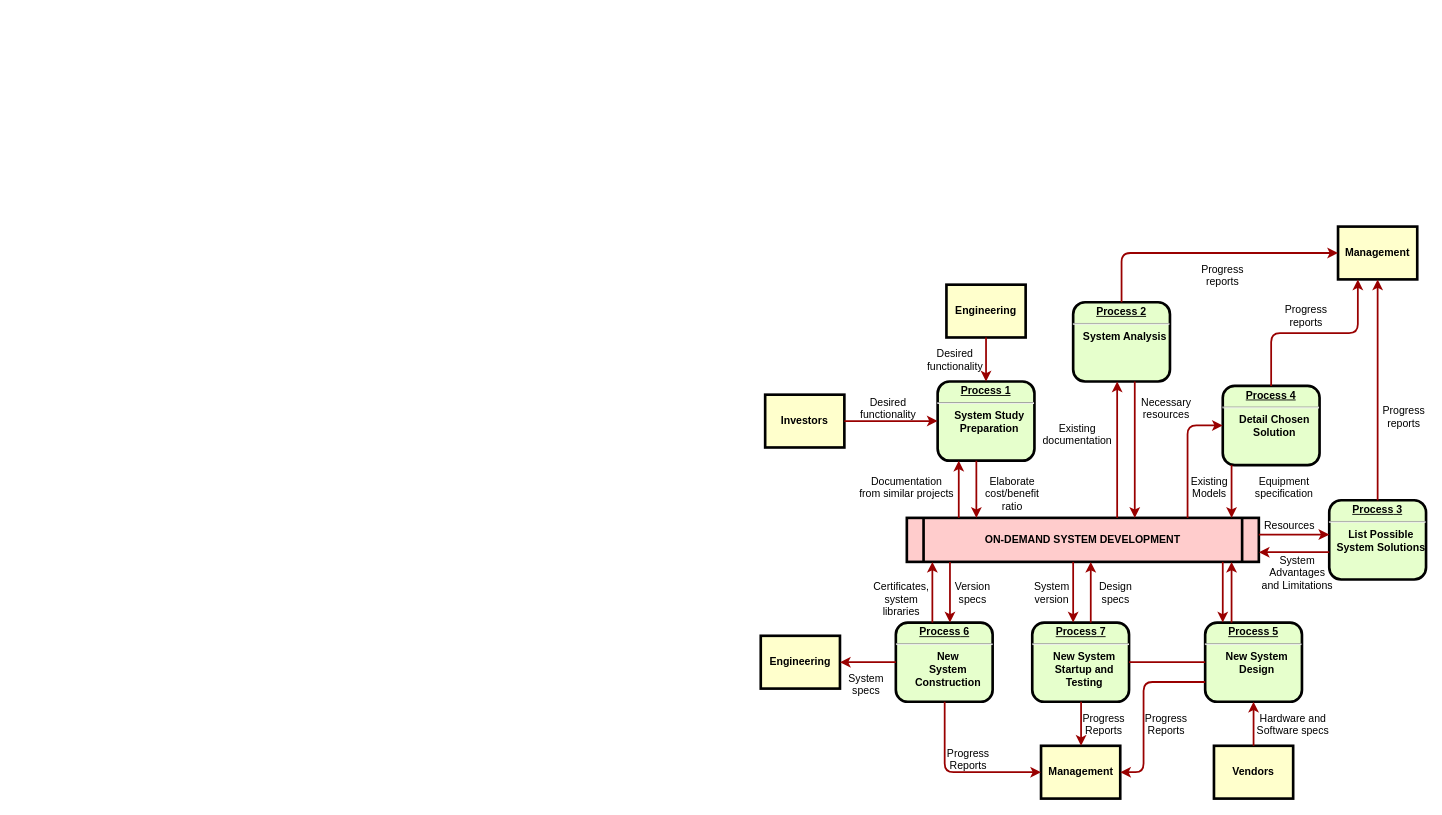
0xAlchemist/Athletaverse keeps this draw.io diagram as demo/Untitled Diagram.drawio. Above is the earlier version. Source tidied: cells renumbered, new cells numbered last; positions are measured from the earlier drawing's top-left corner, leaving out a move shared by most shapes. Both pictures are drawn from the tidied source at 88%, with x=0, y=0 at pixel (760, 226).
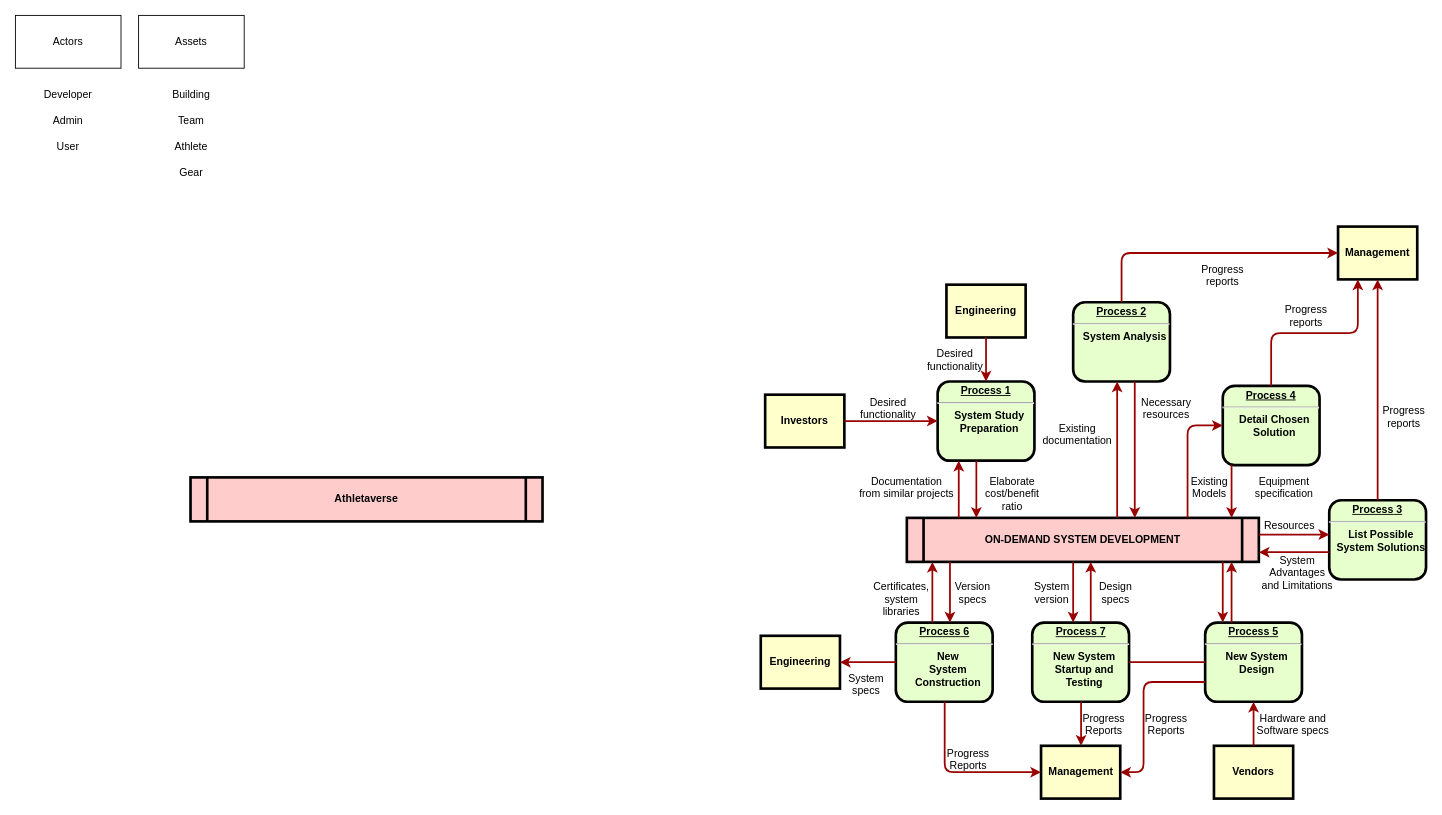
The same diagram, later.

Commit message:
actors and assets

Change to the diagram source:
```diff
@@
+    <mxCell id="63" value="Athletaverse" style="shape=process;whiteSpace=wrap;align=center;verticalAlign=middle;size=0.0475;fontStyle=1;strokeWidth=3;fillColor=#FFCCCC;" parent="1" vertex="1">
+      <mxGeometry x="-648" y="285" width="400" height="50" as="geometry" />
+    </mxCell>
+    <mxCell id="64" value="Actors&lt;br&gt;" style="rounded=0;whiteSpace=wrap;html=1;" parent="1" vertex="1">
+      <mxGeometry x="-847" y="-240" width="120" height="60" as="geometry" />
+    </mxCell>
+    <mxCell id="65" value="Assets&lt;br&gt;" style="rounded=0;whiteSpace=wrap;html=1;" parent="1" vertex="1">
+      <mxGeometry x="-707" y="-240" width="120" height="60" as="geometry" />
+    </mxCell>
+    <mxCell id="66" value="Admin" style="text;html=1;strokeColor=none;fillColor=none;align=center;verticalAlign=middle;whiteSpace=wrap;rounded=0;" parent="1" vertex="1">
+      <mxGeometry x="-807" y="-130" width="40" height="20" as="geometry" />
+    </mxCell>
+    <mxCell id="67" value="User" style="text;html=1;strokeColor=none;fillColor=none;align=center;verticalAlign=middle;whiteSpace=wrap;rounded=0;" parent="1" vertex="1">
+      <mxGeometry x="-807" y="-100" width="40" height="20" as="geometry" />
+    </mxCell>
+    <mxCell id="68" value="Developer" style="text;html=1;strokeColor=none;fillColor=none;align=center;verticalAlign=middle;whiteSpace=wrap;rounded=0;" parent="1" vertex="1">
+      <mxGeometry x="-807" y="-160" width="40" height="20" as="geometry" />
+    </mxCell>
+    <mxCell id="69" value="Building" style="text;html=1;strokeColor=none;fillColor=none;align=center;verticalAlign=middle;whiteSpace=wrap;rounded=0;" parent="1" vertex="1">
+      <mxGeometry x="-667" y="-160" width="40" height="20" as="geometry" />
+    </mxCell>
+    <mxCell id="70" value="Team" style="text;html=1;strokeColor=none;fillColor=none;align=center;verticalAlign=middle;whiteSpace=wrap;rounded=0;" parent="1" vertex="1">
+      <mxGeometry x="-667" y="-130" width="40" height="20" as="geometry" />
+    </mxCell>
+    <mxCell id="71" value="Athlete" style="text;html=1;strokeColor=none;fillColor=none;align=center;verticalAlign=middle;whiteSpace=wrap;rounded=0;" parent="1" vertex="1">
+      <mxGeometry x="-667" y="-100" width="40" height="20" as="geometry" />
+    </mxCell>
+    <mxCell id="72" value="Gear" style="text;html=1;strokeColor=none;fillColor=none;align=center;verticalAlign=middle;whiteSpace=wrap;rounded=0;" parent="1" vertex="1">
+      <mxGeometry x="-667" y="-71" width="40" height="20" as="geometry" />
+    </mxCell>
```
